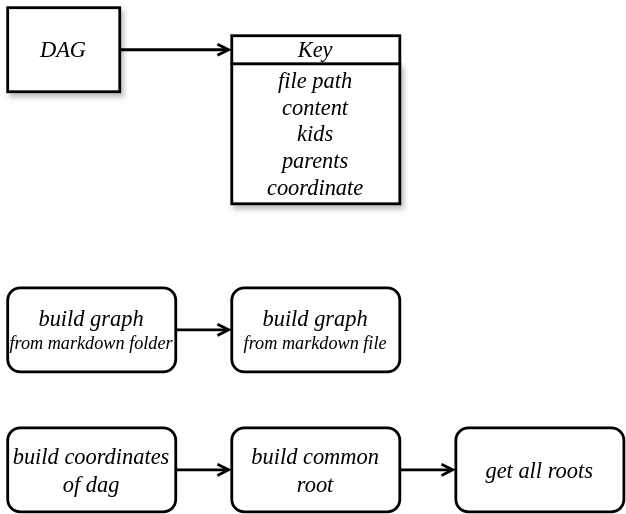
Before: docs/assets/file_graph.svg, a diagram exported from draw.io (Algo2147483647/Markdown_Editor). Source tidied: cells renumbered, new cells last; positions are measured from the earlier drawing's top-left corner, leaving out a move shared by most shapes.
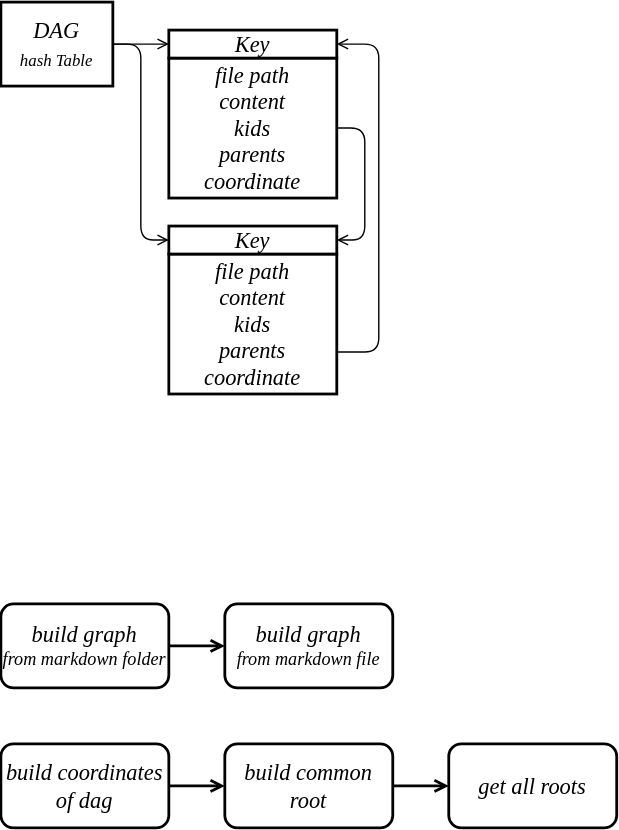
After the commit.

What changed in the source:
```diff
@@ -26,17 +26,43 @@
     <mxCell id="9" value="build graph&lt;div style=&quot;font-size: 13px;&quot;&gt;&lt;font style=&quot;font-size: 13px;&quot;&gt;from markdown &lt;/font&gt;&lt;span style=&quot;&quot;&gt;file&lt;/span&gt;&lt;/div&gt;" style="rounded=1;whiteSpace=wrap;html=1;strokeWidth=2;fontFamily=Times New Roman;fontStyle=2;fontSize=16;" parent="1" vertex="1">
       <mxGeometry x="160" y="200" width="120" height="60" as="geometry" />
     </mxCell>
-    <mxCell id="10" style="edgeStyle=orthogonalEdgeStyle;shape=connector;curved=0;rounded=1;jettySize=auto;html=1;strokeColor=default;strokeWidth=2;align=center;verticalAlign=middle;fontFamily=Helvetica;fontSize=11;fontColor=default;labelBackgroundColor=default;endArrow=open;endFill=0;" parent="1" edge="1" source="11" target="13">
+    <mxCell id="10" style="edgeStyle=orthogonalEdgeStyle;shape=connector;curved=0;rounded=1;jettySize=auto;html=1;entryX=0;entryY=0.5;entryDx=0;entryDy=0;strokeColor=default;strokeWidth=1;align=center;verticalAlign=middle;fontFamily=Helvetica;fontSize=11;fontColor=default;labelBackgroundColor=default;endArrow=open;endFill=0;shadow=0;" parent="1" edge="1" source="11" target="13">
       <mxGeometry relative="1" as="geometry" />
     </mxCell>
+    <mxCell id="14" style="edgeStyle=orthogonalEdgeStyle;shape=connector;curved=0;rounded=1;jettySize=auto;html=1;entryX=0;entryY=0.5;entryDx=0;entryDy=0;strokeColor=default;strokeWidth=1;align=center;verticalAlign=middle;fontFamily=Helvetica;fontSize=11;fontColor=default;labelBackgroundColor=default;endArrow=open;endFill=0;shadow=0;" parent="1" edge="1" source="11" target="17">
+      <mxGeometry relative="1" as="geometry" />
+    </mxCell>
-    <mxCell id="11" value="DAG" style="rounded=0;whiteSpace=wrap;html=1;strokeWidth=2;fontFamily=Times New Roman;fontStyle=2;fontSize=16;shadow=1;" parent="1" vertex="1">
-      <mxGeometry width="80" height="60" as="geometry" />
+    <mxCell id="11" value="DAG&lt;div&gt;&lt;font style=&quot;font-size: 12px;&quot;&gt;hash Table&lt;/font&gt;&lt;/div&gt;" style="rounded=0;whiteSpace=wrap;html=1;strokeWidth=2;fontFamily=Times New Roman;fontStyle=2;fontSize=16;shadow=0;" parent="1" vertex="1">
+      <mxGeometry y="-230" width="80" height="60" as="geometry" />
     </mxCell>
+    <mxCell id="15" style="edgeStyle=orthogonalEdgeStyle;shape=connector;curved=0;rounded=1;jettySize=auto;html=1;entryX=1;entryY=0.5;entryDx=0;entryDy=0;strokeColor=default;strokeWidth=1;align=center;verticalAlign=middle;fontFamily=Helvetica;fontSize=11;fontColor=default;labelBackgroundColor=default;endArrow=open;endFill=0;shadow=0;" parent="1" edge="1" source="12" target="17">
+      <mxGeometry relative="1" as="geometry">
+        <Array as="points">
+          <mxPoint x="260" y="-140" />
+          <mxPoint x="260" y="-60" />
+        </Array>
+      </mxGeometry>
+    </mxCell>
-    <mxCell id="12" value="&lt;div&gt;file path&lt;/div&gt;&lt;div&gt;content&lt;/div&gt;&lt;div&gt;kids&lt;/div&gt;&lt;div&gt;parents&lt;/div&gt;&lt;div&gt;coordinate&lt;/div&gt;" style="rounded=0;whiteSpace=wrap;html=1;strokeWidth=2;fontFamily=Times New Roman;fontStyle=2;fontSize=16;shadow=1;" parent="1" vertex="1">
-      <mxGeometry x="160" y="40" width="120" height="100" as="geometry" />
+    <mxCell id="12" value="&lt;div&gt;file path&lt;/div&gt;&lt;div&gt;content&lt;/div&gt;&lt;div&gt;kids&lt;/div&gt;&lt;div&gt;parents&lt;/div&gt;&lt;div&gt;coordinate&lt;/div&gt;" style="rounded=0;whiteSpace=wrap;html=1;strokeWidth=2;fontFamily=Times New Roman;fontStyle=2;fontSize=16;shadow=0;" parent="1" vertex="1">
+      <mxGeometry x="120" y="-190" width="120" height="100" as="geometry" />
     </mxCell>
     <mxCell id="13" value="Key" style="rounded=0;whiteSpace=wrap;html=1;strokeWidth=2;fontFamily=Times New Roman;fontStyle=2;fontSize=16;shadow=0;" parent="1" vertex="1">
-      <mxGeometry x="160" y="20" width="120" height="20" as="geometry" />
+      <mxGeometry x="120" y="-210" width="120" height="20" as="geometry" />
     </mxCell>
+    <mxCell id="16" value="&lt;div&gt;file path&lt;/div&gt;&lt;div&gt;content&lt;/div&gt;&lt;div&gt;kids&lt;/div&gt;&lt;div&gt;parents&lt;/div&gt;&lt;div&gt;coordinate&lt;/div&gt;" style="rounded=0;whiteSpace=wrap;html=1;strokeWidth=2;fontFamily=Times New Roman;fontStyle=2;fontSize=16;shadow=0;" parent="1" vertex="1">
+      <mxGeometry x="120" y="-50" width="120" height="100" as="geometry" />
+    </mxCell>
+    <mxCell id="17" value="Key" style="rounded=0;whiteSpace=wrap;html=1;strokeWidth=2;fontFamily=Times New Roman;fontStyle=2;fontSize=16;shadow=0;" parent="1" vertex="1">
+      <mxGeometry x="120" y="-70" width="120" height="20" as="geometry" />
+    </mxCell>
+    <mxCell id="18" style="edgeStyle=orthogonalEdgeStyle;shape=connector;curved=0;rounded=1;jettySize=auto;html=1;strokeColor=default;strokeWidth=1;align=center;verticalAlign=middle;fontFamily=Helvetica;fontSize=11;fontColor=default;labelBackgroundColor=default;endArrow=open;endFill=0;entryX=1;entryY=0.5;entryDx=0;entryDy=0;shadow=0;" parent="1" edge="1" target="13">
+      <mxGeometry relative="1" as="geometry">
+        <mxPoint x="240" y="20" as="sourcePoint" />
+        <Array as="points">
+          <mxPoint x="270" y="20" />
+          <mxPoint x="270" y="-200" />
+        </Array>
+      </mxGeometry>
+    </mxCell>
   </root>
 </mxGraphModel>
```
